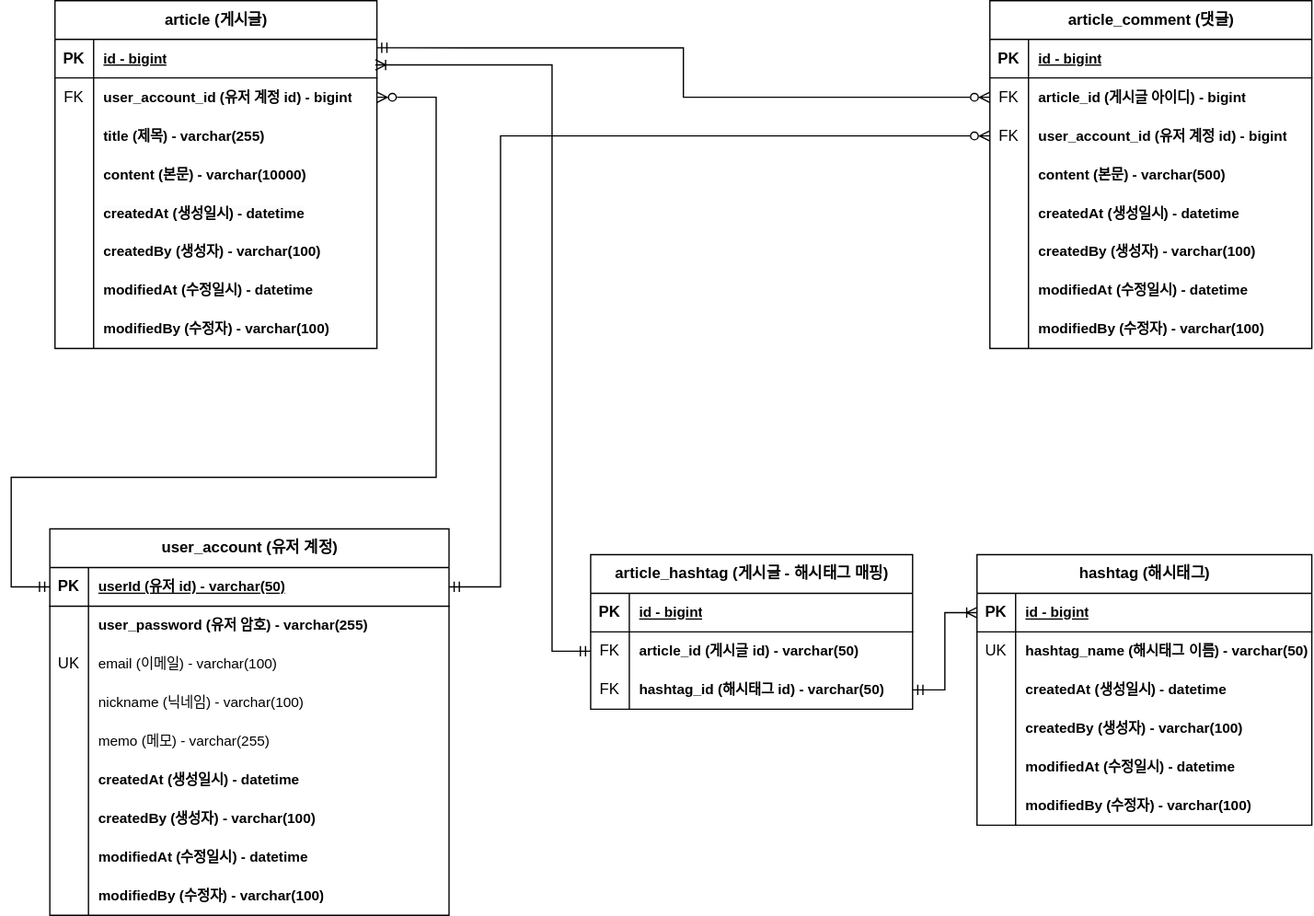
Above: document/board-project-erd.svg in somang-lim/board-project (draw.io), before the change. Source tidied: cells renumbered, new cells last; positions are measured from the earlier drawing's top-left corner, leaving out a move shared by most shapes.
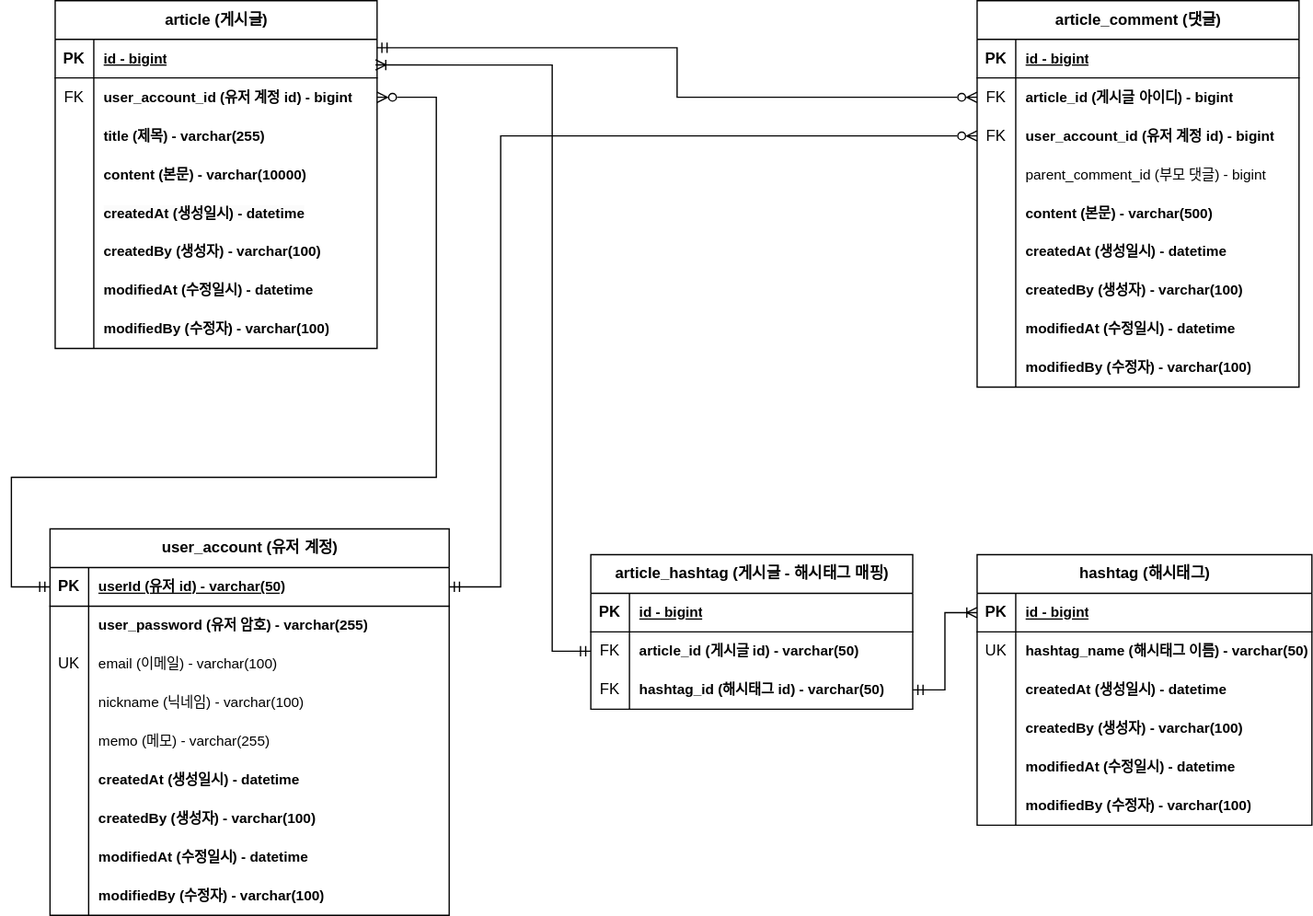
Above is the later version.

Commit message:
#73 - 대댓글 ERD 수정

부모, 자식 관계를 나타낼 수 있도록 ERD 를 수정한다.

What changed in the source:
```diff
@@ -78,7 +78,7 @@
       <mxGeometry x="30" width="220" height="30" as="geometry" />
     </mxCell>
     <mxCell id="27" value="article_comment (댓글)" style="shape=table;startSize=30;rowLines=0;fontStyle=1;align=center;html=1;" parent="1" vertex="1">
-      <mxGeometry x="760" width="250" height="270" as="geometry" />
+      <mxGeometry x="750" width="250" height="300" as="geometry" />
     </mxCell>
     <mxCell id="28" style="shape=tableRow;horizontal=0;startSize=0;swimlaneHead=0;swimlaneBody=0;fillColor=none;top=0;left=0;right=0;bottom=1;" parent="27" vertex="1">
       <mxGeometry y="30" width="250" height="30" as="geometry" />
@@ -107,8 +107,17 @@
     <mxCell id="36" value="user_account_id (유저 계정 id) - bigint" style="shape=partialRectangle;fillColor=none;top=0;left=0;bottom=0;right=0;align=left;spacingLeft=6;overflow=hidden;whiteSpace=wrap;html=1;fontStyle=1;fontSize=11;" parent="34" vertex="1">
       <mxGeometry x="30" width="220" height="30" as="geometry" />
     </mxCell>
+    <mxCell id="114" style="shape=tableRow;horizontal=0;startSize=0;swimlaneHead=0;swimlaneBody=0;fillColor=none;top=0;left=0;right=0;bottom=0;" parent="27" vertex="1">
+      <mxGeometry y="120" width="250" height="30" as="geometry" />
+    </mxCell>
+    <mxCell id="115" style="shape=partialRectangle;fillColor=none;top=0;left=0;bottom=0;right=0;overflow=hidden;whiteSpace=wrap;html=1;" parent="114" vertex="1">
+      <mxGeometry width="30" height="30" as="geometry" />
+    </mxCell>
+    <mxCell id="116" value="&lt;span style=&quot;font-weight: 400;&quot;&gt;parent_comment_id (부모 댓글) - bigint&lt;/span&gt;" style="shape=partialRectangle;fillColor=none;top=0;left=0;bottom=0;right=0;align=left;spacingLeft=6;overflow=hidden;whiteSpace=wrap;html=1;fontStyle=1;fontSize=11;" parent="114" vertex="1">
+      <mxGeometry x="30" width="220" height="30" as="geometry" />
+    </mxCell>
     <mxCell id="37" style="shape=tableRow;horizontal=0;startSize=0;swimlaneHead=0;swimlaneBody=0;fillColor=none;top=0;left=0;right=0;bottom=0;" parent="27" vertex="1">
-      <mxGeometry y="120" width="250" height="30" as="geometry" />
+      <mxGeometry y="150" width="250" height="30" as="geometry" />
     </mxCell>
     <mxCell id="38" style="shape=partialRectangle;fillColor=none;top=0;left=0;bottom=0;right=0;overflow=hidden;whiteSpace=wrap;html=1;" parent="37" vertex="1">
       <mxGeometry width="30" height="30" as="geometry" />
@@ -117,7 +126,7 @@
       <mxGeometry x="30" width="220" height="30" as="geometry" />
     </mxCell>
     <mxCell id="40" style="shape=tableRow;horizontal=0;startSize=0;swimlaneHead=0;swimlaneBody=0;fillColor=none;top=0;left=0;right=0;bottom=0;" parent="27" vertex="1">
-      <mxGeometry y="150" width="250" height="30" as="geometry" />
+      <mxGeometry y="180" width="250" height="30" as="geometry" />
     </mxCell>
     <mxCell id="41" style="shape=partialRectangle;fillColor=none;top=0;left=0;bottom=0;right=0;overflow=hidden;whiteSpace=wrap;html=1;" parent="40" vertex="1">
       <mxGeometry width="30" height="30" as="geometry" />
@@ -126,7 +135,7 @@
       <mxGeometry x="30" width="220" height="30" as="geometry" />
     </mxCell>
     <mxCell id="43" style="shape=tableRow;horizontal=0;startSize=0;swimlaneHead=0;swimlaneBody=0;fillColor=none;top=0;left=0;right=0;bottom=0;" parent="27" vertex="1">
-      <mxGeometry y="180" width="250" height="30" as="geometry" />
+      <mxGeometry y="210" width="250" height="30" as="geometry" />
     </mxCell>
     <mxCell id="44" style="shape=partialRectangle;fillColor=none;top=0;left=0;bottom=0;right=0;overflow=hidden;whiteSpace=wrap;html=1;" parent="43" vertex="1">
       <mxGeometry width="30" height="30" as="geometry" />
@@ -135,7 +144,7 @@
       <mxGeometry x="30" width="220" height="30" as="geometry" />
     </mxCell>
     <mxCell id="46" style="shape=tableRow;horizontal=0;startSize=0;swimlaneHead=0;swimlaneBody=0;fillColor=none;top=0;left=0;right=0;bottom=0;" parent="27" vertex="1">
-      <mxGeometry y="210" width="250" height="30" as="geometry" />
+      <mxGeometry y="240" width="250" height="30" as="geometry" />
     </mxCell>
     <mxCell id="47" style="shape=partialRectangle;fillColor=none;top=0;left=0;bottom=0;right=0;overflow=hidden;whiteSpace=wrap;html=1;" parent="46" vertex="1">
       <mxGeometry width="30" height="30" as="geometry" />
@@ -144,7 +153,7 @@
       <mxGeometry x="30" width="220" height="30" as="geometry" />
     </mxCell>
     <mxCell id="49" style="shape=tableRow;horizontal=0;startSize=0;swimlaneHead=0;swimlaneBody=0;fillColor=none;top=0;left=0;right=0;bottom=0;" parent="27" vertex="1">
-      <mxGeometry y="240" width="250" height="30" as="geometry" />
+      <mxGeometry y="270" width="250" height="30" as="geometry" />
     </mxCell>
     <mxCell id="50" style="shape=partialRectangle;fillColor=none;top=0;left=0;bottom=0;right=0;overflow=hidden;whiteSpace=wrap;html=1;" parent="49" vertex="1">
       <mxGeometry width="30" height="30" as="geometry" />
```
